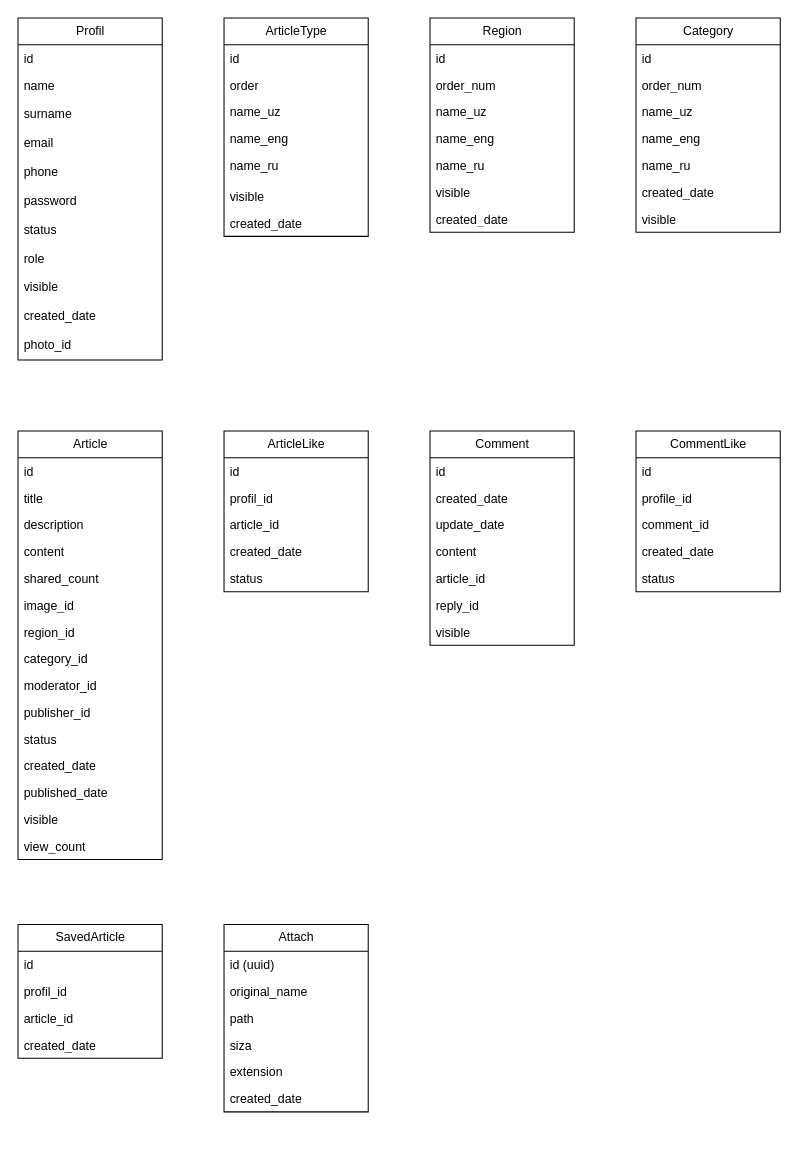
Above: page "Page-2" (2 of 2) of Untitled Diagram.drawio in GANIYEV77/warehouse (draw.io), before the change. Source tidied: cells renumbered, new cells numbered last; positions are measured from the earlier drawing's top-left corner, leaving out a move shared by most shapes. Both pictures are drawn from the tidied source at 103%, with x=0, y=0 at pixel (18, 18).
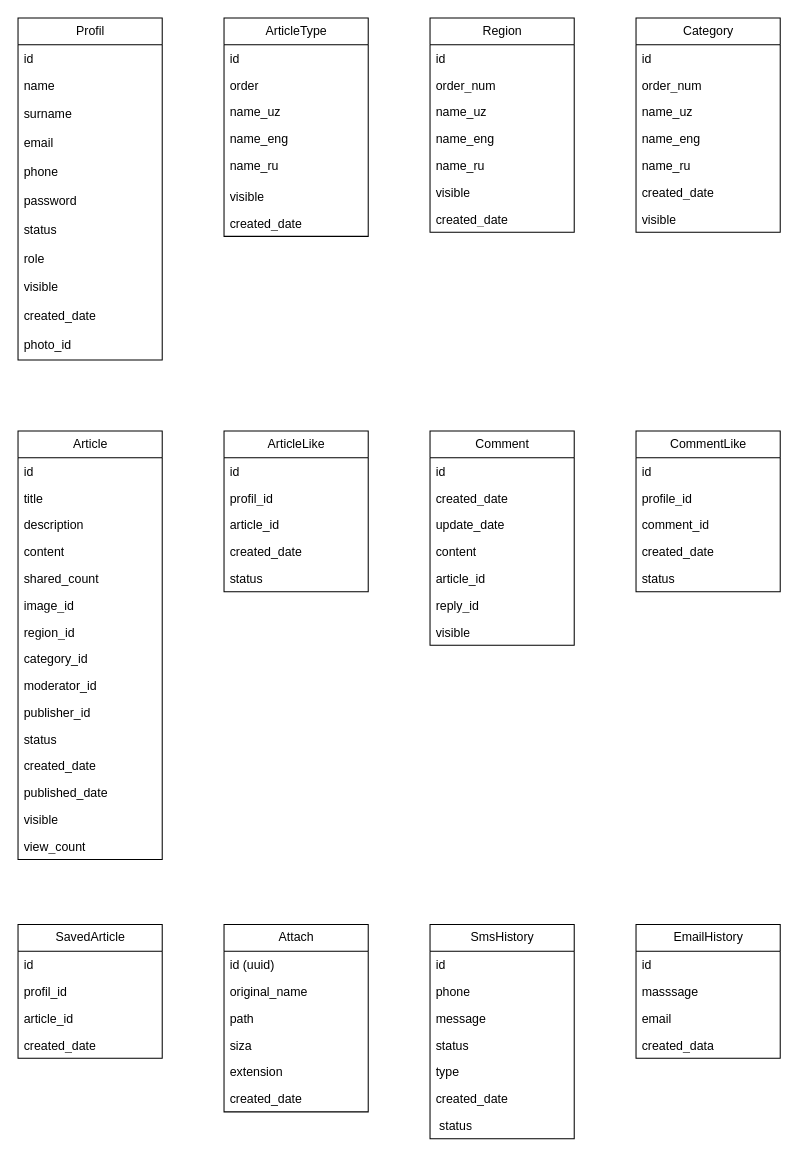
Above is the later version.

The edit, as a diff of the source:
```diff
@@
+    <mxCell id="86" value="SmsHistory" style="swimlane;fontStyle=0;horizontal=1;startSize=26;fillColor=none;html=1;" parent="1" vertex="1">
+      <mxGeometry x="400" y="880" width="140" height="208" as="geometry" />
+    </mxCell>
+    <mxCell id="87" value="id" style="text;strokeColor=none;fillColor=none;align=left;verticalAlign=top;spacingLeft=4;spacingRight=4;overflow=hidden;whiteSpace=wrap;html=1;" parent="86" vertex="1">
+      <mxGeometry y="26" width="140" height="26" as="geometry" />
+    </mxCell>
+    <mxCell id="88" value="phone" style="text;strokeColor=none;fillColor=none;align=left;verticalAlign=top;spacingLeft=4;spacingRight=4;overflow=hidden;whiteSpace=wrap;html=1;" parent="86" vertex="1">
+      <mxGeometry y="52" width="140" height="26" as="geometry" />
+    </mxCell>
+    <mxCell id="89" value="message" style="text;strokeColor=none;fillColor=none;align=left;verticalAlign=top;spacingLeft=4;spacingRight=4;overflow=hidden;whiteSpace=wrap;html=1;" parent="86" vertex="1">
+      <mxGeometry y="78" width="140" height="26" as="geometry" />
+    </mxCell>
+    <mxCell id="90" value="status" style="text;strokeColor=none;fillColor=none;align=left;verticalAlign=top;spacingLeft=4;spacingRight=4;overflow=hidden;whiteSpace=wrap;html=1;" parent="86" vertex="1">
+      <mxGeometry y="104" width="140" height="26" as="geometry" />
+    </mxCell>
+    <mxCell id="91" value="type" style="text;strokeColor=none;fillColor=none;align=left;verticalAlign=top;spacingLeft=4;spacingRight=4;overflow=hidden;whiteSpace=wrap;html=1;" parent="86" vertex="1">
+      <mxGeometry y="130" width="140" height="26" as="geometry" />
+    </mxCell>
+    <mxCell id="92" value="created_date" style="text;strokeColor=none;fillColor=none;align=left;verticalAlign=top;spacingLeft=4;spacingRight=4;overflow=hidden;whiteSpace=wrap;html=1;" parent="86" vertex="1">
+      <mxGeometry y="156" width="140" height="26" as="geometry" />
+    </mxCell>
+    <mxCell id="93" value="&amp;nbsp;status" style="text;strokeColor=none;fillColor=none;align=left;verticalAlign=top;spacingLeft=4;spacingRight=4;overflow=hidden;whiteSpace=wrap;html=1;" parent="86" vertex="1">
+      <mxGeometry y="182" width="140" height="26" as="geometry" />
+    </mxCell>
+    <mxCell id="94" value="EmailHistory" style="swimlane;fontStyle=0;horizontal=1;startSize=26;fillColor=none;html=1;" parent="1" vertex="1">
+      <mxGeometry x="600" y="880" width="140" height="130" as="geometry" />
+    </mxCell>
+    <mxCell id="95" value="id" style="text;strokeColor=none;fillColor=none;align=left;verticalAlign=top;spacingLeft=4;spacingRight=4;overflow=hidden;whiteSpace=wrap;html=1;" parent="94" vertex="1">
+      <mxGeometry y="26" width="140" height="26" as="geometry" />
+    </mxCell>
+    <mxCell id="96" value="masssage" style="text;strokeColor=none;fillColor=none;align=left;verticalAlign=top;spacingLeft=4;spacingRight=4;overflow=hidden;whiteSpace=wrap;html=1;" parent="94" vertex="1">
+      <mxGeometry y="52" width="140" height="26" as="geometry" />
+    </mxCell>
+    <mxCell id="97" value="email" style="text;strokeColor=none;fillColor=none;align=left;verticalAlign=top;spacingLeft=4;spacingRight=4;overflow=hidden;whiteSpace=wrap;html=1;" parent="94" vertex="1">
+      <mxGeometry y="78" width="140" height="26" as="geometry" />
+    </mxCell>
+    <mxCell id="98" value="created_data" style="text;strokeColor=none;fillColor=none;align=left;verticalAlign=top;spacingLeft=4;spacingRight=4;overflow=hidden;whiteSpace=wrap;html=1;" parent="94" vertex="1">
+      <mxGeometry y="104" width="140" height="26" as="geometry" />
+    </mxCell>
```
